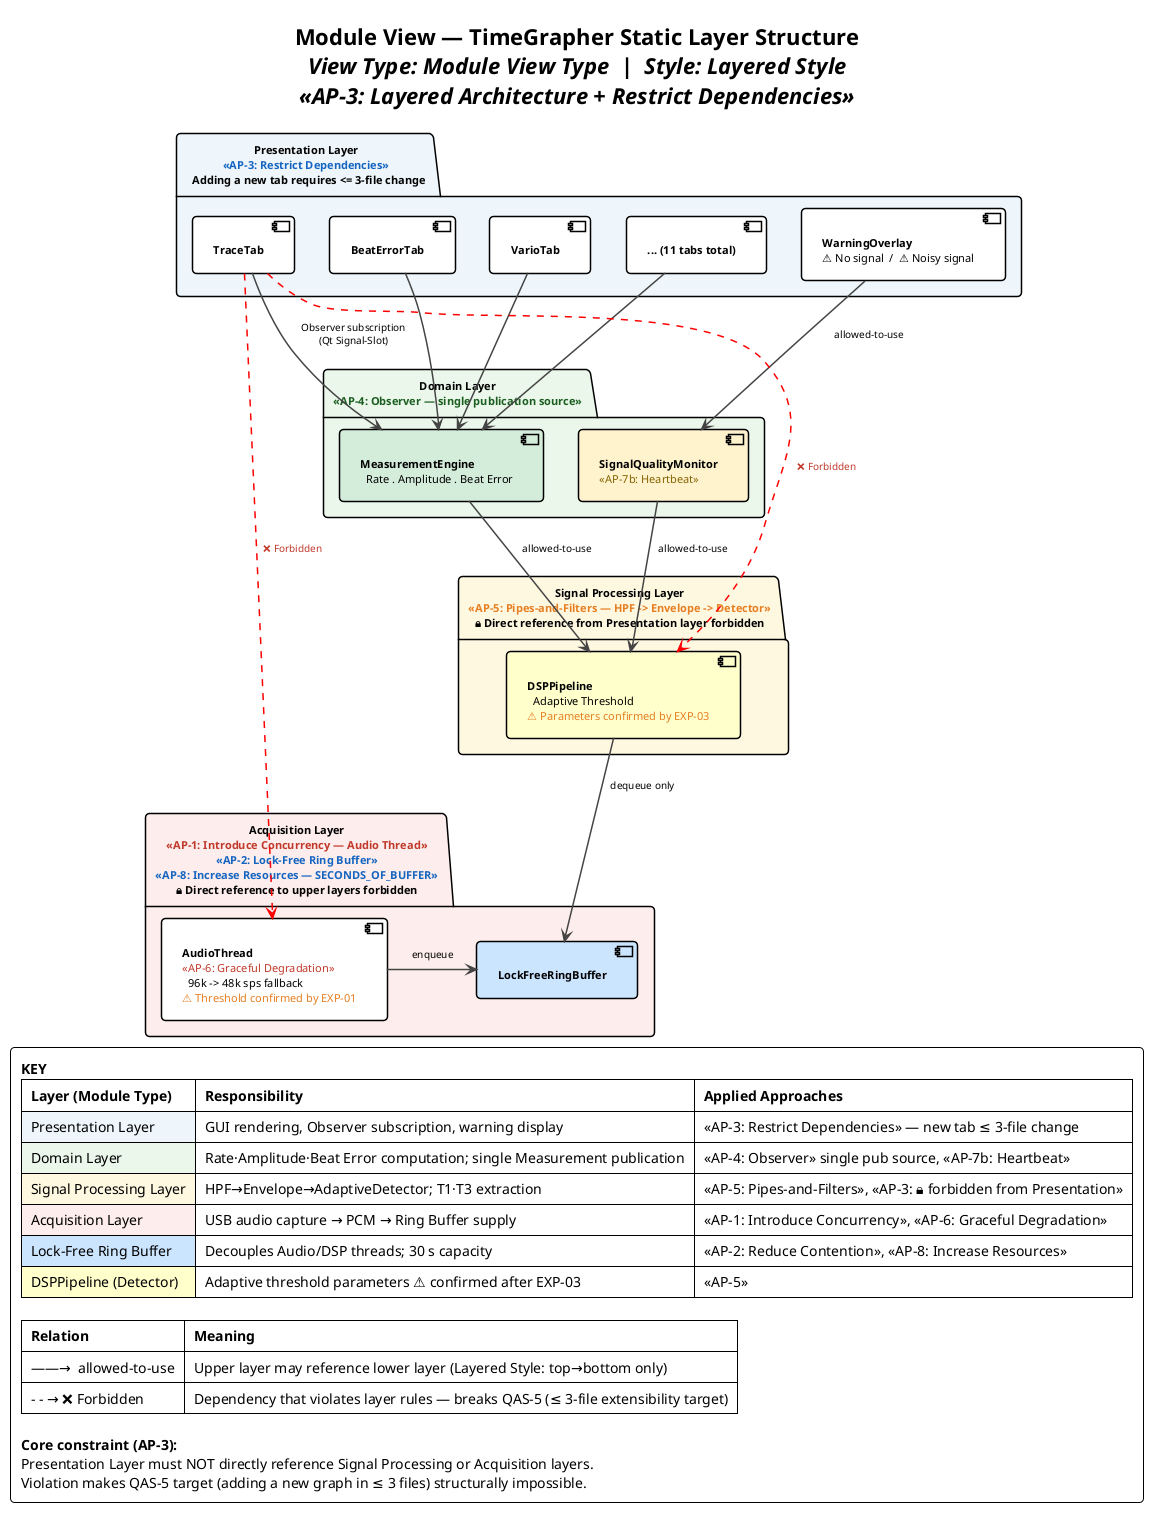
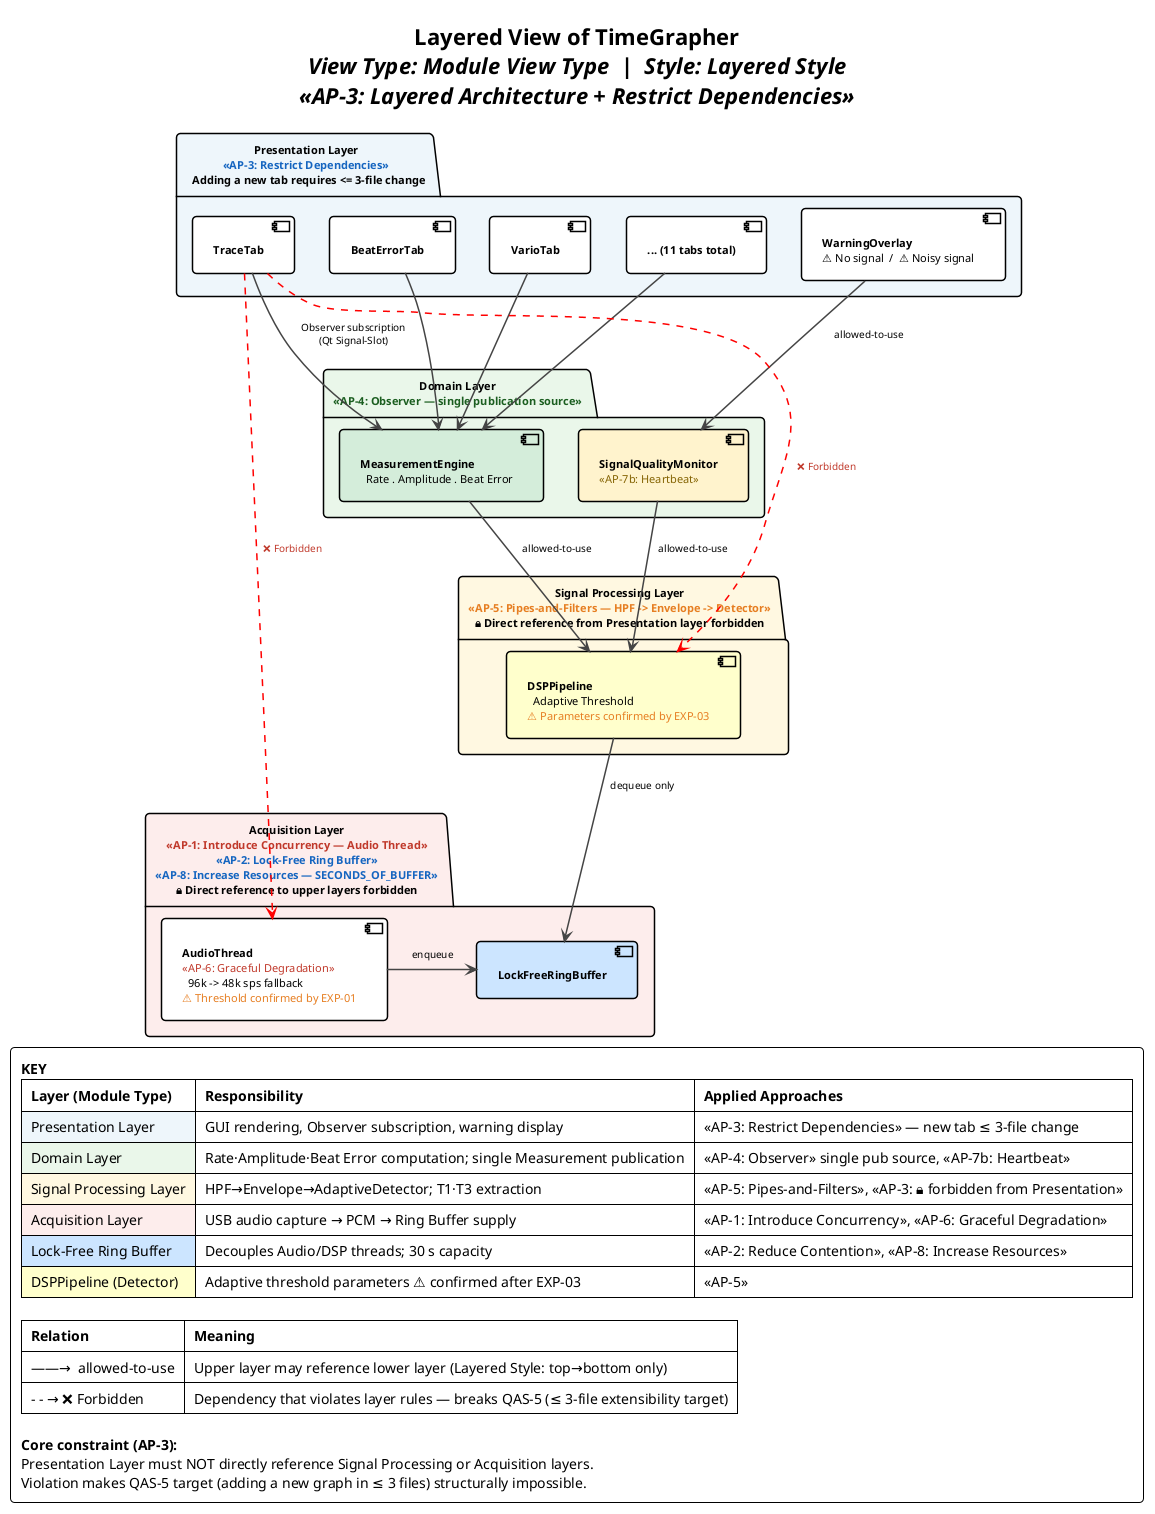
@startuml module-view
!theme plain
skinparam backgroundColor #FFFFFF
skinparam defaultFontName "Arial"
skinparam defaultFontSize 11
skinparam ArrowColor #444444
skinparam ArrowFontSize 10
skinparam ArrowThickness 1.5
skinparam PackageBorderThickness 1.5
skinparam ComponentBorderThickness 1.5
skinparam Padding 6
skinparam RoundCorner 8

- title <b>Module View — TimeGrapher Static Layer Structure</b>\n<i>View Type: Module View Type  |  Style: Layered Style</i>\n<i>«AP-3: Layered Architecture + Restrict Dependencies»</i>
+ title <b>Layered View of TimeGrapher</b>\n<i>View Type: Module View Type  |  Style: Layered Style</i>\n<i>«AP-3: Layered Architecture + Restrict Dependencies»</i>

' ── Presentation Layer ──────────────────────────────────
package "Presentation Layer\n<color:#1565C0>«AP-3: Restrict Dependencies»</color>\n  Adding a new tab requires <= 3-file change" as PL #EEF6FB {
    [<b>TraceTab</b>] as T1
    [<b>VarioTab</b>] as T2
    [<b>BeatErrorTab</b>] as T3
    [<b>... (11 tabs total)</b>] as TN
    [<b>WarningOverlay</b>\n⚠ No signal  /  ⚠ Noisy signal] as WRN
}

' ── Domain Layer ────────────────────────────────────────
package "Domain Layer\n<color:#1B5E20>«AP-4: Observer — single publication source»</color>" as DL #EAF7EA {
    [<b>MeasurementEngine</b>\n  Rate . Amplitude . Beat Error] as ME #D4EDDA
    [<b>SignalQualityMonitor</b>\n<color:#856404>«AP-7b: Heartbeat»</color>] as SQ #FFF3CD
}

' ── Signal Processing Layer ─────────────────────────────
package "Signal Processing Layer\n<color:#E67E22>«AP-5: Pipes-and-Filters — HPF -> Envelope -> Detector»</color>\n🔒 Direct reference from Presentation layer forbidden" as SL #FFF8E1 {
    [<b>DSPPipeline</b>\n  Adaptive Threshold\n<color:#E67E22>⚠ Parameters confirmed by EXP-03</color>] as DSP #FFFFCC
}

' ── Acquisition Layer ───────────────────────────────────
package "Acquisition Layer\n<color:#C0392B>«AP-1: Introduce Concurrency — Audio Thread»</color>\n<color:#1565C0>«AP-2: Lock-Free Ring Buffer»</color>\n<color:#1565C0>«AP-8: Increase Resources — SECONDS_OF_BUFFER»</color>\n🔒 Direct reference to upper layers forbidden" as AL #FDEDEC {
    [<b>AudioThread</b>\n<color:#C0392B>«AP-6: Graceful Degradation»</color>\n  96k -> 48k sps fallback\n<color:#E67E22>⚠ Threshold confirmed by EXP-01</color>] as AT
    [<b>LockFreeRingBuffer</b>] as RB #CCE5FF
}

' ── Allowed dependencies ────────────────────────────────
T1 -down-> ME  : Observer subscription\n(Qt Signal-Slot)
T2 -down-> ME
T3 -down-> ME
TN -down-> ME
WRN -down-> SQ : allowed-to-use

ME  -down-> DSP : allowed-to-use
SQ  -down-> DSP : allowed-to-use

DSP -down-> RB  : dequeue only
AT  -right-> RB : enqueue

' ── Forbidden dependencies ──────────────────────────────
T1 ..> DSP #red : <color:#C0392B>❌ Forbidden</color>
T1 ..> AT  #red : <color:#C0392B>❌ Forbidden</color>

' ── Legend ──────────────────────────────────────────────
legend bottom
  <b>KEY</b>
  |= Layer (Module Type) |= Responsibility |= Applied Approaches |
  | <#EEF6FB> Presentation Layer | GUI rendering, Observer subscription, warning display | «AP-3: Restrict Dependencies» — new tab ≤ 3-file change |
  | <#EAF7EA> Domain Layer | Rate·Amplitude·Beat Error computation; single Measurement publication | «AP-4: Observer» single pub source, «AP-7b: Heartbeat» |
  | <#FFF8E1> Signal Processing Layer | HPF→Envelope→AdaptiveDetector; T1·T3 extraction | «AP-5: Pipes-and-Filters», «AP-3: 🔒 forbidden from Presentation» |
  | <#FDEDEC> Acquisition Layer | USB audio capture → PCM → Ring Buffer supply | «AP-1: Introduce Concurrency», «AP-6: Graceful Degradation» |
  | <#CCE5FF> Lock-Free Ring Buffer | Decouples Audio/DSP threads; 30 s capacity | «AP-2: Reduce Contention», «AP-8: Increase Resources» |
  | <#FFFFCC> DSPPipeline (Detector) | Adaptive threshold parameters ⚠ confirmed after EXP-03 | «AP-5» |

  |= Relation |= Meaning |
  | ——→  allowed-to-use | Upper layer may reference lower layer (Layered Style: top→bottom only) |
  | - - → ❌ Forbidden | Dependency that violates layer rules — breaks QAS-5 (≤ 3-file extensibility target) |

  <b>Core constraint (AP-3):</b>
  Presentation Layer must NOT directly reference Signal Processing or Acquisition layers.
  Violation makes QAS-5 target (adding a new graph in ≤ 3 files) structurally impossible.
endlegend

@enduml
